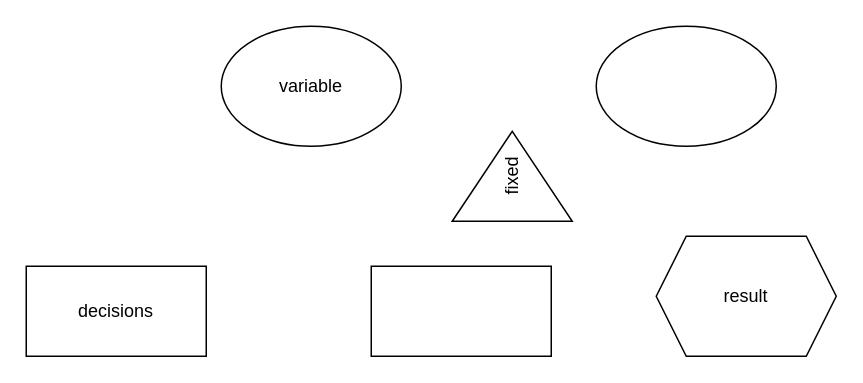
The draw.io diagram influence chart.drawio in CaptainCCCP/Draw-io-cloud, before the edit. Source tidied: cells renumbered, new cells numbered last; positions are measured from the earlier drawing's top-left corner, leaving out a move shared by most shapes. Both pictures are drawn from the tidied source at 150%, with x=0, y=0 at pixel (26, 26).
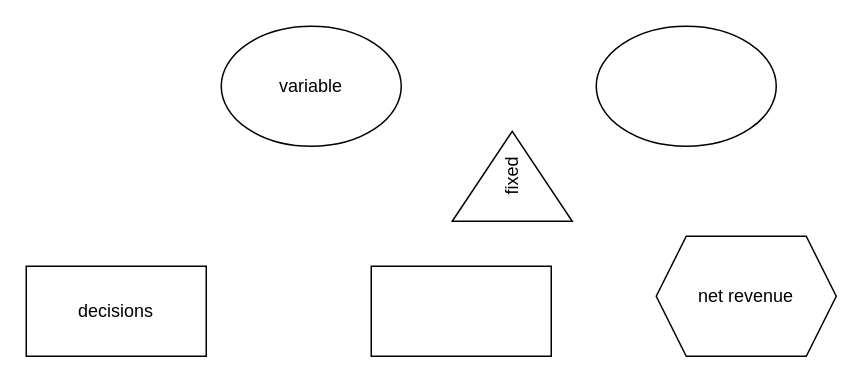
After the change.

What changed in the source:
```diff
@@
 <mxGraphModel>
   <root>
     <mxCell id="0" />
     <mxCell id="1" parent="0" />
     <mxCell id="2" style="rounded=0;whiteSpace=wrap;html=1;" parent="1" vertex="1">
       <mxGeometry x="230" y="160" width="120" height="60" as="geometry" />
     </mxCell>
     <mxCell id="3" value="decisions" style="rounded=0;whiteSpace=wrap;html=1;" parent="1" vertex="1">
       <mxGeometry y="160" width="120" height="60" as="geometry" />
     </mxCell>
     <mxCell id="4" style="ellipse;whiteSpace=wrap;html=1;" parent="1" vertex="1">
       <mxGeometry x="380" width="120" height="80" as="geometry" />
     </mxCell>
     <mxCell id="5" value="variable" style="ellipse;whiteSpace=wrap;html=1;" parent="1" vertex="1">
       <mxGeometry x="130" width="120" height="80" as="geometry" />
     </mxCell>
     <mxCell id="6" value="fixed" style="triangle;whiteSpace=wrap;html=1;rotation=-90;" parent="1" vertex="1">
       <mxGeometry x="294" y="60" width="60" height="80" as="geometry" />
     </mxCell>
-    <mxCell id="7" value="result" style="shape=hexagon;perimeter=hexagonPerimeter2;whiteSpace=wrap;html=1;fixedSize=1;" parent="1" vertex="1">
+    <mxCell id="7" value="net revenue" style="shape=hexagon;perimeter=hexagonPerimeter2;whiteSpace=wrap;html=1;fixedSize=1;" parent="1" vertex="1">
       <mxGeometry x="420" y="140" width="120" height="80" as="geometry" />
     </mxCell>
   </root>
 </mxGraphModel>
```
